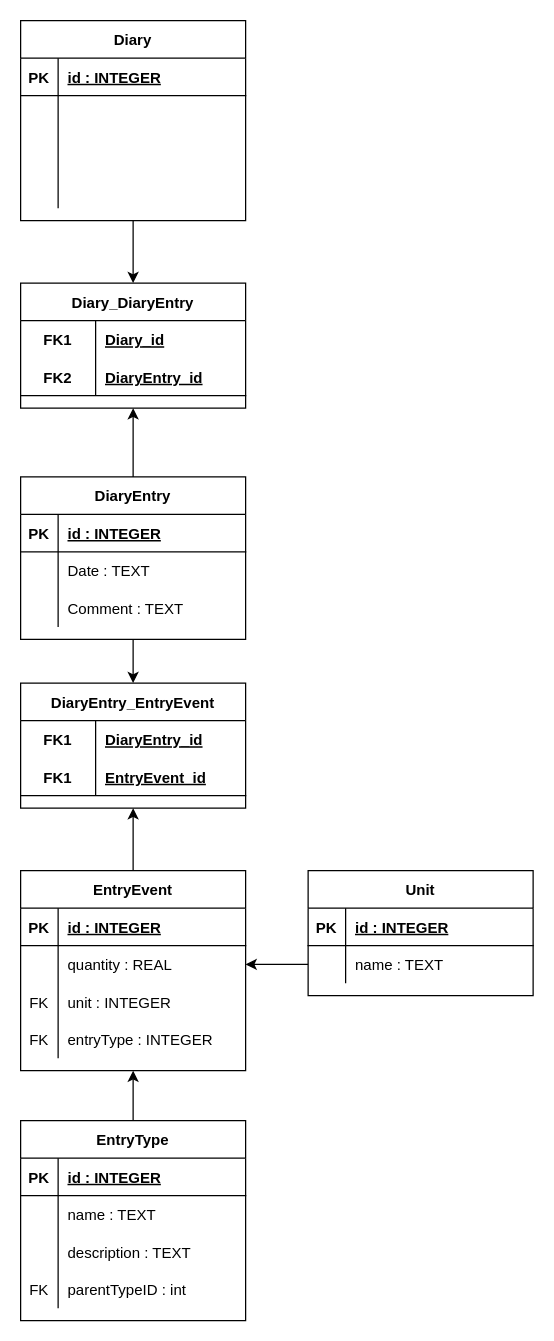
This is Untitled Diagram.drawio from FrauMauz/diagrams, a draw.io file, before an edit. Source tidied: cells renumbered, new cells numbered last; positions are measured from the earlier drawing's top-left corner, leaving out a move shared by most shapes. Both pictures are drawn from the tidied source at 125%, with x=0, y=0 at pixel (20, 20).
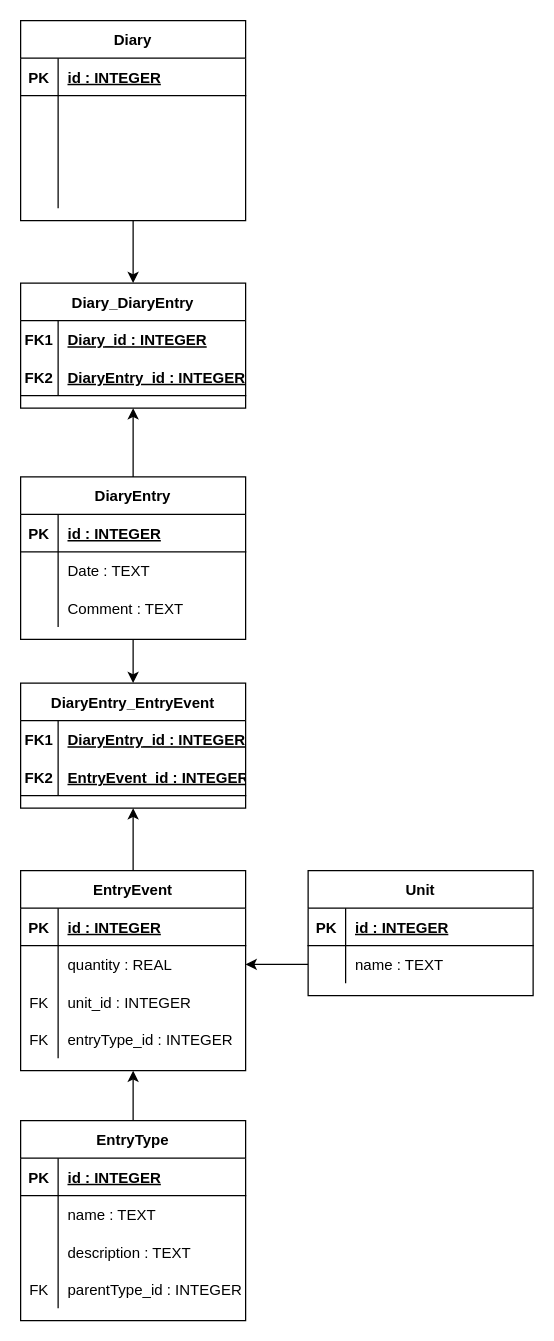
Above is the later version.

Commit message:
kleine Anpassungen für die Namen

The change refers to these unchanged cells:
```xml
<mxCell id="36" style="shape=partialRectangle;fillColor=none;top=0;left=0;bottom=0;right=0;" parent="29" vertex="1">
  <mxGeometry y="90" width="180" height="30" as="geometry" />
</mxCell>
<mxCell id="39" style="shape=partialRectangle;fillColor=none;top=0;left=0;bottom=0;right=0;" parent="29" vertex="1">
  <mxGeometry y="120" width="180" height="30" as="geometry" />
</mxCell>
<mxCell id="53" style="shape=partialRectangle;fillColor=none;top=0;left=0;bottom=0;right=0;" parent="43" vertex="1">
  <mxGeometry y="120" width="180" height="30" as="geometry" />
</mxCell>
<mxCell id="65" style="shape=partialRectangle;fillColor=none;top=0;left=0;bottom=0;right=0;" parent="64" vertex="1">
  <mxGeometry y="30" width="180" height="30" as="geometry" />
</mxCell>
<mxCell id="68" style="shape=partialRectangle;fillColor=none;top=0;left=0;bottom=1;right=0;" parent="64" vertex="1">
  <mxGeometry y="60" width="180" height="30" as="geometry" />
</mxCell>
<mxCell id="72" style="shape=partialRectangle;fillColor=none;top=0;left=0;bottom=0;right=0;" parent="71" vertex="1">
  <mxGeometry y="30" width="180" height="30" as="geometry" />
</mxCell>
<mxCell id="75" style="shape=partialRectangle;fillColor=none;top=0;left=0;bottom=1;right=0;" parent="71" vertex="1">
  <mxGeometry y="60" width="180" height="30" as="geometry" />
</mxCell>
```

What changed in the source:
```diff
@@
-    <mxCell id="38" value="unit : INTEGER" style="shape=partialRectangle;fillColor=none;top=0;left=0;bottom=0;right=0;align=left;spacingLeft=6;overflow=hidden;" parent="36" vertex="1">
+    <mxCell id="38" value="unit_id : INTEGER" style="shape=partialRectangle;fillColor=none;top=0;left=0;bottom=0;right=0;align=left;spacingLeft=6;overflow=hidden;" parent="36" vertex="1">
       <mxGeometry x="30" width="150" height="30" as="geometry" />
     </mxCell>
@@
-    <mxCell id="41" value="entryType : INTEGER" style="shape=partialRectangle;fillColor=none;top=0;left=0;bottom=0;right=0;align=left;spacingLeft=6;overflow=hidden;" parent="39" vertex="1">
+    <mxCell id="41" value="entryType_id : INTEGER" style="shape=partialRectangle;fillColor=none;top=0;left=0;bottom=0;right=0;align=left;spacingLeft=6;overflow=hidden;" parent="39" vertex="1">
       <mxGeometry x="30" width="150" height="30" as="geometry" />
     </mxCell>
@@
-    <mxCell id="55" value="parentTypeID : int" style="shape=partialRectangle;fillColor=none;top=0;left=0;bottom=0;right=0;align=left;spacingLeft=6;overflow=hidden;" parent="53" vertex="1">
+    <mxCell id="55" value="parentType_id : INTEGER" style="shape=partialRectangle;fillColor=none;top=0;left=0;bottom=0;right=0;align=left;spacingLeft=6;overflow=hidden;" parent="53" vertex="1">
       <mxGeometry x="30" width="150" height="30" as="geometry" />
     </mxCell>
@@
     <mxCell id="66" value="FK1" style="shape=partialRectangle;fillColor=none;top=0;left=0;bottom=0;right=0;fontStyle=1;overflow=hidden;" parent="65" vertex="1">
-      <mxGeometry width="60" height="30" as="geometry" />
+      <mxGeometry width="30" height="30" as="geometry" />
     </mxCell>
-    <mxCell id="67" value="Diary_id" style="shape=partialRectangle;fillColor=none;top=0;left=0;bottom=0;right=0;align=left;spacingLeft=6;fontStyle=5;overflow=hidden;" parent="65" vertex="1">
-      <mxGeometry x="60" width="120" height="30" as="geometry" />
+    <mxCell id="67" value="Diary_id : INTEGER" style="shape=partialRectangle;fillColor=none;top=0;left=0;bottom=0;right=0;align=left;spacingLeft=6;fontStyle=5;overflow=hidden;" parent="65" vertex="1">
+      <mxGeometry x="30" width="150" height="30" as="geometry" />
     </mxCell>
@@
     <mxCell id="69" value="FK2" style="shape=partialRectangle;fillColor=none;top=0;left=0;bottom=0;right=0;fontStyle=1;overflow=hidden;" parent="68" vertex="1">
-      <mxGeometry width="60" height="30" as="geometry" />
+      <mxGeometry width="30" height="30" as="geometry" />
     </mxCell>
-    <mxCell id="70" value="DiaryEntry_id" style="shape=partialRectangle;fillColor=none;top=0;left=0;bottom=0;right=0;align=left;spacingLeft=6;fontStyle=5;overflow=hidden;" parent="68" vertex="1">
-      <mxGeometry x="60" width="120" height="30" as="geometry" />
+    <mxCell id="70" value="DiaryEntry_id : INTEGER" style="shape=partialRectangle;fillColor=none;top=0;left=0;bottom=0;right=0;align=left;spacingLeft=6;fontStyle=5;overflow=hidden;" parent="68" vertex="1">
+      <mxGeometry x="30" width="150" height="30" as="geometry" />
     </mxCell>
@@
     <mxCell id="73" value="FK1" style="shape=partialRectangle;fillColor=none;top=0;left=0;bottom=0;right=0;fontStyle=1;overflow=hidden;" parent="72" vertex="1">
-      <mxGeometry width="60" height="30" as="geometry" />
+      <mxGeometry width="30" height="30" as="geometry" />
     </mxCell>
-    <mxCell id="74" value="DiaryEntry_id" style="shape=partialRectangle;fillColor=none;top=0;left=0;bottom=0;right=0;align=left;spacingLeft=6;fontStyle=5;overflow=hidden;" parent="72" vertex="1">
-      <mxGeometry x="60" width="120" height="30" as="geometry" />
+    <mxCell id="74" value="DiaryEntry_id : INTEGER" style="shape=partialRectangle;fillColor=none;top=0;left=0;bottom=0;right=0;align=left;spacingLeft=6;fontStyle=5;overflow=hidden;" parent="72" vertex="1">
+      <mxGeometry x="30" width="150" height="30" as="geometry" />
     </mxCell>
@@
-    <mxCell id="76" value="FK1" style="shape=partialRectangle;fillColor=none;top=0;left=0;bottom=0;right=0;fontStyle=1;overflow=hidden;" parent="75" vertex="1">
-      <mxGeometry width="60" height="30" as="geometry" />
+    <mxCell id="76" value="FK2" style="shape=partialRectangle;fillColor=none;top=0;left=0;bottom=0;right=0;fontStyle=1;overflow=hidden;" parent="75" vertex="1">
+      <mxGeometry width="30" height="30" as="geometry" />
     </mxCell>
-    <mxCell id="77" value="EntryEvent_id" style="shape=partialRectangle;fillColor=none;top=0;left=0;bottom=0;right=0;align=left;spacingLeft=6;fontStyle=5;overflow=hidden;" parent="75" vertex="1">
-      <mxGeometry x="60" width="120" height="30" as="geometry" />
+    <mxCell id="77" value="EntryEvent_id : INTEGER" style="shape=partialRectangle;fillColor=none;top=0;left=0;bottom=0;right=0;align=left;spacingLeft=6;fontStyle=5;overflow=hidden;" parent="75" vertex="1">
+      <mxGeometry x="30" width="150" height="30" as="geometry" />
     </mxCell>
```
